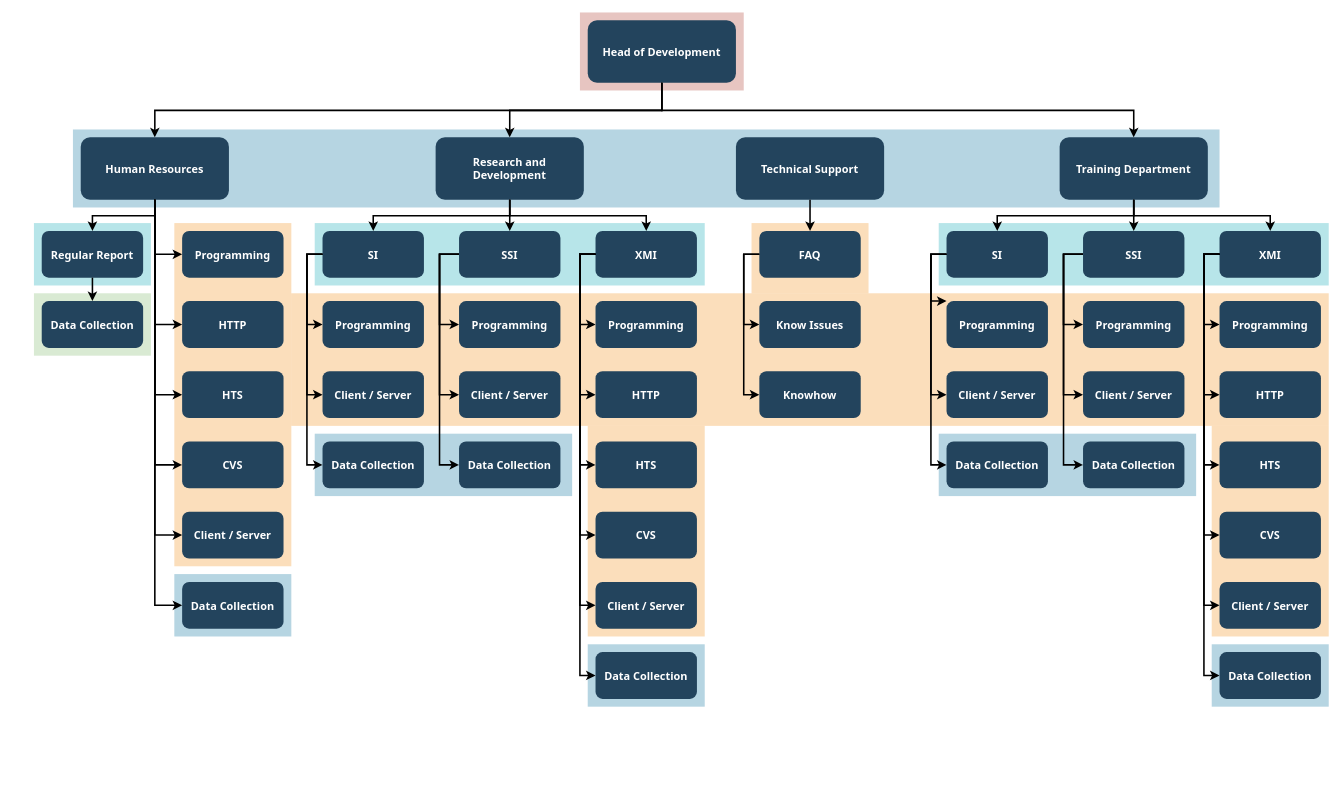
The draw.io diagram BibaReunion1.drawio in doyaoencab/draw.io, before the edit. Source tidied: cells renumbered, new cells numbered last; positions are measured from the earlier drawing's top-left corner, leaving out a move shared by most shapes. Both pictures are drawn from the tidied source at 78%, with x=0, y=0 at pixel (34, 12).
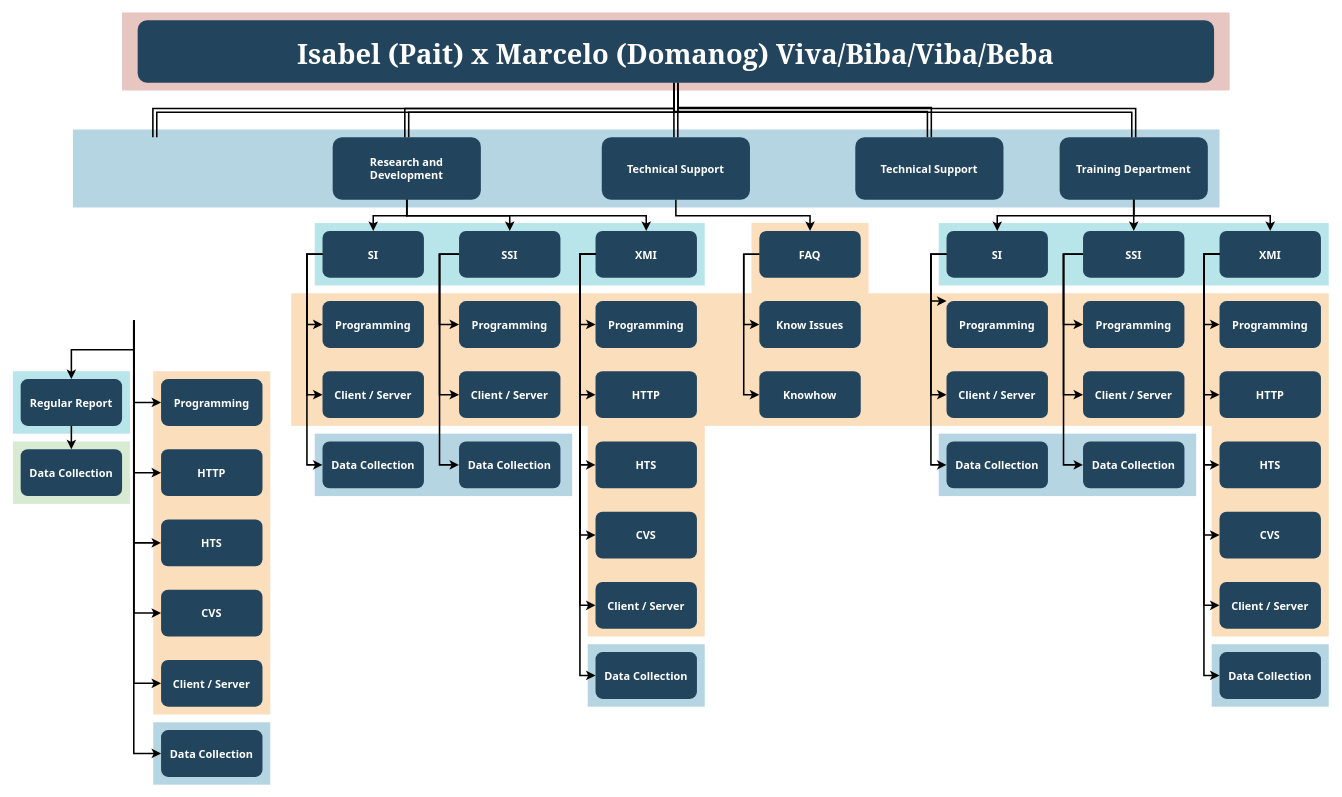
Above is the later version.

The change refers to these unchanged cells:
```xml
<mxCell id="19" value="Training Department" style="rounded=1;fillColor=#23445D;gradientColor=none;strokeColor=none;fontColor=#FFFFFF;fontStyle=1;fontFamily=Tahoma;fontSize=14;" parent="1" vertex="1">
  <mxGeometry x="1315" y="159.5" width="190" height="80" as="geometry" />
</mxCell>
```

The edit, as a diff of the source:
```diff
@@
-    <mxCell id="2" style="fillColor=#AE4132;strokeColor=none;opacity=30;" parent="1" vertex="1">
-      <mxGeometry x="700" y="-0.5" width="210" height="100" as="geometry" />
-    </mxCell>
@@
     <mxCell id="7" style="fillColor=#F2931E;strokeColor=none;opacity=30;" parent="1" vertex="1">
-      <mxGeometry x="180" y="269.5" width="150" height="440" as="geometry" />
+      <mxGeometry x="153" y="459.5" width="150" height="440" as="geometry" />
     </mxCell>
@@
     <mxCell id="13" style="fillColor=#10739E;strokeColor=none;opacity=30;" parent="1" vertex="1">
-      <mxGeometry x="180" y="719.5" width="150" height="80" as="geometry" />
+      <mxGeometry x="153" y="909.5" width="150" height="80" as="geometry" />
     </mxCell>
     <mxCell id="14" style="fillColor=#D9EAD3;strokeColor=none;" parent="1" vertex="1">
-      <mxGeometry y="359.5" width="150" height="80" as="geometry" />
+      <mxGeometry x="-27" y="549.5" width="150" height="80" as="geometry" />
     </mxCell>
@@
     <mxCell id="17" style="fillColor=#12AAB5;strokeColor=none;opacity=30;" parent="1" vertex="1">
-      <mxGeometry y="269.5" width="150" height="80" as="geometry" />
+      <mxGeometry x="-27" y="459.5" width="150" height="80" as="geometry" />
     </mxCell>
-    <mxCell id="18" value="Head of Development" style="rounded=1;fillColor=#23445D;gradientColor=none;strokeColor=none;fontColor=#FFFFFF;fontStyle=1;fontFamily=Tahoma;fontSize=14;" parent="1" vertex="1">
-      <mxGeometry x="710" y="9.5" width="190" height="80" as="geometry" />
-    </mxCell>
@@
-    <mxCell id="20" style="edgeStyle=elbowEdgeStyle;elbow=vertical;strokeWidth=2;rounded=0;" parent="1" edge="1" source="18" target="19">
+    <mxCell id="20" style="edgeStyle=elbowEdgeStyle;elbow=vertical;strokeWidth=2;rounded=0;shape=link;" parent="1" edge="1" source="18" target="19">
       <mxGeometry x="337" y="215.5" as="geometry" />
     </mxCell>
     <mxCell id="21" value="Technical Support" style="rounded=1;fillColor=#23445D;gradientColor=none;strokeColor=none;fontColor=#FFFFFF;fontStyle=1;fontFamily=Tahoma;fontSize=14;" parent="1" vertex="1">
-      <mxGeometry x="900" y="159.5" width="190" height="80" as="geometry" />
+      <mxGeometry x="728" y="159.5" width="190" height="80" as="geometry" />
     </mxCell>
     <mxCell id="22" value="Research and &#10;Development" style="rounded=1;fillColor=#23445D;gradientColor=none;strokeColor=none;fontColor=#FFFFFF;fontStyle=1;fontFamily=Tahoma;fontSize=14;" parent="1" vertex="1">
-      <mxGeometry x="515" y="159.5" width="190" height="80" as="geometry" />
+      <mxGeometry x="383" y="159.5" width="190" height="80" as="geometry" />
     </mxCell>
-    <mxCell id="23" value="Human Resources" style="rounded=1;fillColor=#23445D;gradientColor=none;strokeColor=none;fontColor=#FFFFFF;fontStyle=1;fontFamily=Tahoma;fontSize=14;" parent="1" vertex="1">
-      <mxGeometry x="60" y="159.5" width="190" height="80" as="geometry" />
-    </mxCell>
     <mxCell id="24" value="Regular Report" style="rounded=1;fillColor=#23445D;gradientColor=none;strokeColor=none;fontColor=#FFFFFF;fontStyle=1;fontFamily=Tahoma;fontSize=14;" parent="1" vertex="1">
-      <mxGeometry x="10" y="279.5" width="130" height="60" as="geometry" />
+      <mxGeometry x="-17" y="469.5" width="130" height="60" as="geometry" />
     </mxCell>
     <mxCell id="25" value="Data Collection" style="rounded=1;fillColor=#23445D;gradientColor=none;strokeColor=none;fontColor=#FFFFFF;fontStyle=1;fontFamily=Tahoma;fontSize=14;" parent="1" vertex="1">
-      <mxGeometry x="10" y="369.5" width="130" height="60" as="geometry" />
+      <mxGeometry x="-17" y="559.5" width="130" height="60" as="geometry" />
     </mxCell>
     <mxCell id="26" value="Programming" style="rounded=1;fillColor=#23445D;gradientColor=none;strokeColor=none;fontColor=#FFFFFF;fontStyle=1;fontFamily=Tahoma;fontSize=14;" parent="1" vertex="1">
-      <mxGeometry x="190" y="279.5" width="130" height="60" as="geometry" />
+      <mxGeometry x="163" y="469.5" width="130" height="60" as="geometry" />
     </mxCell>
     <mxCell id="27" value="HTTP" style="rounded=1;fillColor=#23445D;gradientColor=none;strokeColor=none;fontColor=#FFFFFF;fontStyle=1;fontFamily=Tahoma;fontSize=14;" parent="1" vertex="1">
-      <mxGeometry x="190" y="369.5" width="130" height="60" as="geometry" />
+      <mxGeometry x="163" y="559.5" width="130" height="60" as="geometry" />
     </mxCell>
     <mxCell id="28" value="HTS" style="rounded=1;fillColor=#23445D;gradientColor=none;strokeColor=none;fontColor=#FFFFFF;fontStyle=1;fontFamily=Tahoma;fontSize=14;" parent="1" vertex="1">
-      <mxGeometry x="190" y="459.5" width="130" height="60" as="geometry" />
+      <mxGeometry x="163" y="649.5" width="130" height="60" as="geometry" />
     </mxCell>
     <mxCell id="29" value="CVS" style="rounded=1;fillColor=#23445D;gradientColor=none;strokeColor=none;fontColor=#FFFFFF;fontStyle=1;fontFamily=Tahoma;fontSize=14;" parent="1" vertex="1">
-      <mxGeometry x="190" y="549.5" width="130" height="60" as="geometry" />
+      <mxGeometry x="163" y="739.5" width="130" height="60" as="geometry" />
     </mxCell>
     <mxCell id="30" value="Client / Server" style="rounded=1;fillColor=#23445D;gradientColor=none;strokeColor=none;fontColor=#FFFFFF;fontStyle=1;fontFamily=Tahoma;fontSize=14;" parent="1" vertex="1">
-      <mxGeometry x="190" y="639.5" width="130" height="60" as="geometry" />
+      <mxGeometry x="163" y="829.5" width="130" height="60" as="geometry" />
     </mxCell>
     <mxCell id="31" value="Data Collection" style="rounded=1;fillColor=#23445D;gradientColor=none;strokeColor=none;fontColor=#FFFFFF;fontStyle=1;fontFamily=Tahoma;fontSize=14;" parent="1" vertex="1">
-      <mxGeometry x="190" y="729.5" width="130" height="60" as="geometry" />
+      <mxGeometry x="163" y="919.5" width="130" height="60" as="geometry" />
     </mxCell>
@@
-    <mxCell id="65" style="edgeStyle=elbowEdgeStyle;elbow=vertical;strokeWidth=2;rounded=0;" parent="1" edge="1" source="18" target="22">
+    <mxCell id="65" style="edgeStyle=elbowEdgeStyle;elbow=vertical;strokeWidth=2;rounded=0;shape=link;" parent="1" edge="1" source="18" target="22">
       <mxGeometry x="347" y="225.5" as="geometry" />
     </mxCell>
-    <mxCell id="66" style="edgeStyle=elbowEdgeStyle;elbow=vertical;strokeWidth=2;rounded=0;" parent="1" edge="1" source="18" target="23">
-      <mxGeometry x="-23" y="135.5" as="geometry" />
+    <mxCell id="66" style="edgeStyle=elbowEdgeStyle;elbow=vertical;strokeWidth=2;rounded=0;strokeColor=default;shape=link;" parent="1" edge="1" source="18">
+      <mxGeometry x="-23" y="135.5" as="geometry">
+        <mxPoint x="155" y="159.5" as="targetPoint" />
+      </mxGeometry>
     </mxCell>
-    <mxCell id="67" style="edgeStyle=elbowEdgeStyle;elbow=vertical;strokeWidth=2;rounded=0;" parent="1" edge="1" source="23" target="24">
-      <mxGeometry x="-23" y="135.5" as="geometry" />
+    <mxCell id="67" style="edgeStyle=elbowEdgeStyle;elbow=vertical;strokeWidth=2;rounded=0;" parent="1" edge="1" target="24">
+      <mxGeometry x="-23" y="135.5" as="geometry">
+        <mxPoint x="128" y="394" as="sourcePoint" />
+      </mxGeometry>
     </mxCell>
-    <mxCell id="68" style="edgeStyle=elbowEdgeStyle;elbow=horizontal;strokeWidth=2;rounded=0;" parent="1" edge="1" source="23" target="26">
+    <mxCell id="68" style="edgeStyle=elbowEdgeStyle;elbow=horizontal;strokeWidth=2;rounded=0;" parent="1" edge="1" target="26">
       <mxGeometry x="-23" y="135.5" as="geometry">
+        <mxPoint x="128" y="394" as="sourcePoint" />
         <Array as="points">
-          <mxPoint x="155" y="259.5" />
+          <mxPoint x="128" y="449.5" />
         </Array>
       </mxGeometry>
     </mxCell>
-    <mxCell id="69" style="edgeStyle=elbowEdgeStyle;elbow=horizontal;strokeWidth=2;rounded=0;" parent="1" edge="1" source="23" target="27">
+    <mxCell id="69" style="edgeStyle=elbowEdgeStyle;elbow=horizontal;strokeWidth=2;rounded=0;" parent="1" edge="1" target="27">
       <mxGeometry x="-23" y="135.5" as="geometry">
+        <mxPoint x="128" y="394" as="sourcePoint" />
         <Array as="points">
-          <mxPoint x="155" y="299.5" />
+          <mxPoint x="128" y="489.5" />
         </Array>
       </mxGeometry>
     </mxCell>
-    <mxCell id="70" style="edgeStyle=elbowEdgeStyle;elbow=horizontal;strokeWidth=2;rounded=0;" parent="1" edge="1" source="23" target="28">
+    <mxCell id="70" style="edgeStyle=elbowEdgeStyle;elbow=horizontal;strokeWidth=2;rounded=0;" parent="1" edge="1" target="28">
       <mxGeometry x="-23" y="135.5" as="geometry">
+        <mxPoint x="128" y="394" as="sourcePoint" />
         <Array as="points">
-          <mxPoint x="155" y="349.5" />
+          <mxPoint x="128" y="539.5" />
         </Array>
       </mxGeometry>
     </mxCell>
-    <mxCell id="71" style="edgeStyle=elbowEdgeStyle;elbow=horizontal;strokeWidth=2;rounded=0;" parent="1" edge="1" source="23" target="29">
+    <mxCell id="71" style="edgeStyle=elbowEdgeStyle;elbow=horizontal;strokeWidth=2;rounded=0;" parent="1" edge="1" target="29">
       <mxGeometry x="-23" y="135.5" as="geometry">
+        <mxPoint x="128" y="394" as="sourcePoint" />
         <Array as="points">
-          <mxPoint x="155" y="399.5" />
+          <mxPoint x="128" y="589.5" />
         </Array>
       </mxGeometry>
     </mxCell>
-    <mxCell id="72" style="edgeStyle=elbowEdgeStyle;elbow=horizontal;strokeWidth=2;rounded=0;" parent="1" edge="1" source="23" target="30">
+    <mxCell id="72" style="edgeStyle=elbowEdgeStyle;elbow=horizontal;strokeWidth=2;rounded=0;" parent="1" edge="1" target="30">
       <mxGeometry x="-23" y="135.5" as="geometry">
+        <mxPoint x="128" y="394" as="sourcePoint" />
         <Array as="points">
-          <mxPoint x="155" y="439.5" />
+          <mxPoint x="128" y="629.5" />
         </Array>
       </mxGeometry>
     </mxCell>
-    <mxCell id="73" style="edgeStyle=elbowEdgeStyle;elbow=horizontal;strokeWidth=2;rounded=0;" parent="1" edge="1" source="23" target="31">
+    <mxCell id="73" style="edgeStyle=elbowEdgeStyle;elbow=horizontal;strokeWidth=2;rounded=0;" parent="1" edge="1" target="31">
       <mxGeometry x="-23" y="135.5" as="geometry">
+        <mxPoint x="128" y="394" as="sourcePoint" />
         <Array as="points">
-          <mxPoint x="155" y="489.5" />
+          <mxPoint x="128" y="679.5" />
         </Array>
       </mxGeometry>
     </mxCell>
@@
+    <mxCell id="108" style="edgeStyle=orthogonalEdgeStyle;rounded=0;jettySize=auto;html=1;exitX=0.5;exitY=1;exitDx=0;exitDy=0;entryX=0.5;entryY=0;entryDx=0;entryDy=0;fontStyle=1;strokeWidth=2;shape=link;" parent="1" edge="1" source="2" target="21">
+      <mxGeometry relative="1" as="geometry">
+        <Array as="points">
+          <mxPoint x="823" y="160" />
+        </Array>
+      </mxGeometry>
+    </mxCell>
+    <mxCell id="2" style="fillColor=#AE4132;strokeColor=none;opacity=30;" parent="1" vertex="1">
+      <mxGeometry x="113" y="-0.5" width="1420" height="100" as="geometry" />
+    </mxCell>
+    <mxCell id="109" style="edgeStyle=orthogonalEdgeStyle;rounded=0;jettySize=auto;html=1;exitX=0.5;exitY=1;exitDx=0;exitDy=0;entryX=0.5;entryY=0;entryDx=0;entryDy=0;strokeWidth=2;shape=link;" parent="1" edge="1" source="18" target="110">
+      <mxGeometry relative="1" as="geometry">
+        <Array as="points">
+          <mxPoint x="823" y="124" />
+          <mxPoint x="1148" y="124" />
+        </Array>
+      </mxGeometry>
+    </mxCell>
+    <mxCell id="18" value="Isabel (Pait) x Marcelo (Domanog) Viva/Biba/Viba/Beba" style="rounded=1;fillColor=#23445D;gradientColor=none;strokeColor=none;fontColor=#FFFFFF;fontStyle=1;fontFamily=Georgia;fontSize=35;" parent="1" vertex="1">
+      <mxGeometry x="133" y="9.5" width="1380" height="80" as="geometry" />
+    </mxCell>
+    <mxCell id="110" value="Technical Support" style="rounded=1;fillColor=#23445D;gradientColor=none;strokeColor=none;fontColor=#FFFFFF;fontStyle=1;fontFamily=Tahoma;fontSize=14;" parent="1" vertex="1">
+      <mxGeometry x="1053" y="159.5" width="190" height="80" as="geometry" />
+    </mxCell>
```
